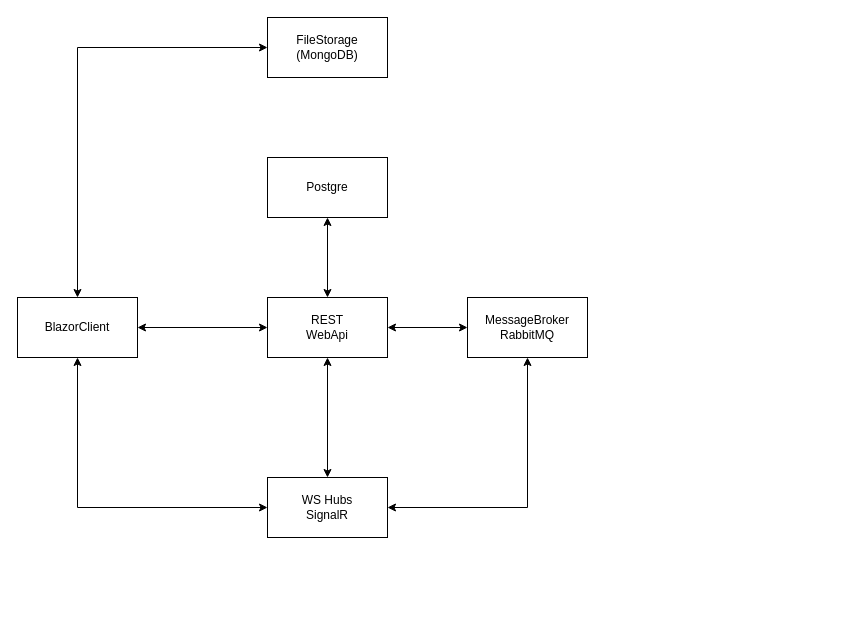
This is docs/Схема сущностей БД/Структура проекта.drawio from kirill-karpin/meet4you, a draw.io file, before an edit. Source tidied: cells renumbered, new cells numbered last; positions are measured from the earlier drawing's top-left corner, leaving out a move shared by most shapes. Both pictures are drawn from the tidied source at 100%, with x=0, y=0 at pixel (17, 17).
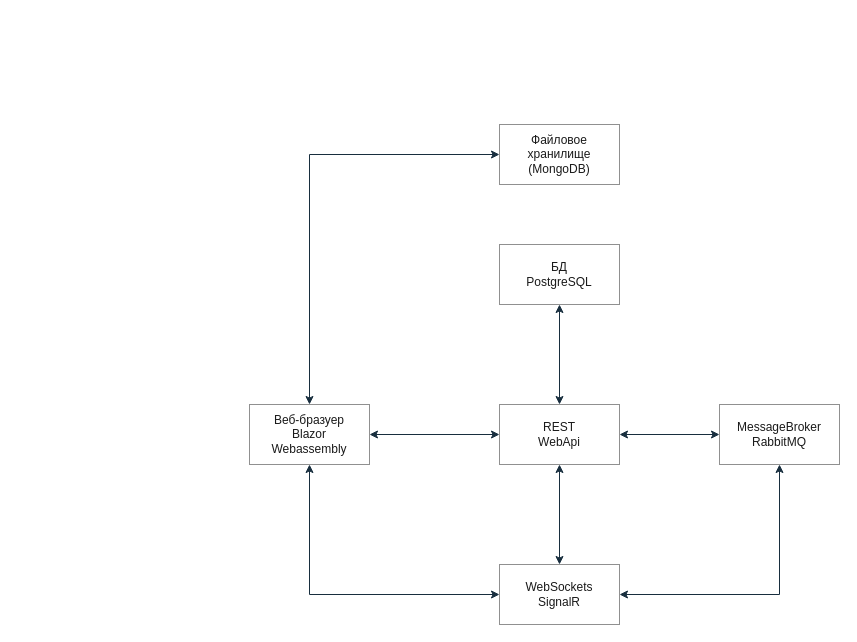
After the change.

Diff of the diagram source:
```diff
@@
-<mxGraphModel>
+<mxGraphModel background="#FFFFFF">
   <root>
     <mxCell id="0" />
     <mxCell id="1" parent="0" />
-    <mxCell id="2" value="Postgre" style="rounded=0;whiteSpace=wrap;html=1;" parent="1" vertex="1">
-      <mxGeometry x="250" y="140" width="120" height="60" as="geometry" />
+    <mxCell id="2" value="БД&lt;br&gt;PostgreSQL" style="rounded=0;whiteSpace=wrap;html=1;fillColor=#FFFFFF;strokeColor=#909090;fontColor=#1A1A1A;" parent="1" vertex="1">
+      <mxGeometry x="482" y="227" width="120" height="60" as="geometry" />
     </mxCell>
-    <mxCell id="3" value="FileStorage (MongoDB)" style="rounded=0;whiteSpace=wrap;html=1;" parent="1" vertex="1">
-      <mxGeometry x="250" width="120" height="60" as="geometry" />
+    <mxCell id="3" value="Файловое хранилище&lt;br&gt;(MongoDB)" style="rounded=0;whiteSpace=wrap;html=1;fillColor=#FFFFFF;strokeColor=#909090;fontColor=#1A1A1A;" parent="1" vertex="1">
+      <mxGeometry x="482" y="107" width="120" height="60" as="geometry" />
     </mxCell>
-    <mxCell id="4" value="REST&lt;br&gt;WebApi" style="rounded=0;whiteSpace=wrap;html=1;" parent="1" vertex="1">
-      <mxGeometry x="250" y="280" width="120" height="60" as="geometry" />
+    <mxCell id="4" value="REST&lt;br&gt;WebApi" style="rounded=0;whiteSpace=wrap;html=1;fillColor=#FFFFFF;strokeColor=#909090;fontColor=#1A1A1A;" parent="1" vertex="1">
+      <mxGeometry x="482" y="387" width="120" height="60" as="geometry" />
     </mxCell>
-    <mxCell id="5" value="WS Hubs&lt;br&gt;SignalR" style="rounded=0;whiteSpace=wrap;html=1;" parent="1" vertex="1">
-      <mxGeometry x="250" y="460" width="120" height="60" as="geometry" />
+    <mxCell id="5" value="WebSockets&lt;br&gt;SignalR" style="rounded=0;whiteSpace=wrap;html=1;fillColor=#FFFFFF;strokeColor=#909090;fontColor=#1A1A1A;" parent="1" vertex="1">
+      <mxGeometry x="482" y="547" width="120" height="60" as="geometry" />
     </mxCell>
-    <mxCell id="6" value="BlazorClient" style="rounded=0;whiteSpace=wrap;html=1;" parent="1" vertex="1">
-      <mxGeometry y="280" width="120" height="60" as="geometry" />
+    <mxCell id="6" value="Веб-бразуер&lt;br&gt;Blazor&lt;br&gt;Webassembly" style="rounded=0;whiteSpace=wrap;html=1;fillColor=#FFFFFF;strokeColor=#909090;fontColor=#1A1A1A;" parent="1" vertex="1">
+      <mxGeometry x="232" y="387" width="120" height="60" as="geometry" />
     </mxCell>
-    <mxCell id="7" value="MessageBroker&lt;br&gt;RabbitMQ" style="rounded=0;whiteSpace=wrap;html=1;" parent="1" vertex="1">
-      <mxGeometry x="450" y="280" width="120" height="60" as="geometry" />
+    <mxCell id="7" value="MessageBroker&lt;br&gt;RabbitMQ" style="rounded=0;whiteSpace=wrap;html=1;fillColor=#FFFFFF;strokeColor=#909090;fontColor=#1A1A1A;" parent="1" vertex="1">
+      <mxGeometry x="702" y="387" width="120" height="60" as="geometry" />
     </mxCell>
-    <mxCell id="8" style="endArrow=classic;startArrow=classic;html=1;rounded=0;entryX=0.5;entryY=1;entryDx=0;entryDy=0;exitX=0.5;exitY=0;exitDx=0;exitDy=0;edgeStyle=orthogonalEdgeStyle;" parent="1" edge="1" source="5" target="4">
+    <mxCell id="8" style="endArrow=classic;startArrow=classic;html=1;rounded=0;entryX=0.5;entryY=1;entryDx=0;entryDy=0;exitX=0.5;exitY=0;exitDx=0;exitDy=0;edgeStyle=orthogonalEdgeStyle;labelBackgroundColor=#EEEEEE;strokeColor=#182E3E;fontColor=#1A1A1A;" parent="1" edge="1" source="5" target="4">
       <mxGeometry relative="1" as="geometry" />
     </mxCell>
-    <mxCell id="9" style="endArrow=classic;startArrow=classic;html=1;rounded=0;entryX=0.5;entryY=1;entryDx=0;entryDy=0;exitX=1;exitY=0.5;exitDx=0;exitDy=0;edgeStyle=orthogonalEdgeStyle;" parent="1" edge="1" source="5" target="7">
+    <mxCell id="9" style="endArrow=classic;startArrow=classic;html=1;rounded=0;entryX=0.5;entryY=1;entryDx=0;entryDy=0;exitX=1;exitY=0.5;exitDx=0;exitDy=0;edgeStyle=orthogonalEdgeStyle;labelBackgroundColor=#EEEEEE;strokeColor=#182E3E;fontColor=#1A1A1A;" parent="1" edge="1" source="5" target="7">
       <mxGeometry relative="1" as="geometry" />
     </mxCell>
-    <mxCell id="10" style="endArrow=classic;startArrow=classic;html=1;rounded=0;entryX=1;entryY=0.5;entryDx=0;entryDy=0;exitX=0;exitY=0.5;exitDx=0;exitDy=0;" parent="1" edge="1" source="4" target="6">
+    <mxCell id="10" style="endArrow=classic;startArrow=classic;html=1;rounded=0;entryX=1;entryY=0.5;entryDx=0;entryDy=0;exitX=0;exitY=0.5;exitDx=0;exitDy=0;labelBackgroundColor=#EEEEEE;strokeColor=#182E3E;fontColor=#1A1A1A;" parent="1" edge="1" source="4" target="6">
       <mxGeometry relative="1" as="geometry" />
     </mxCell>
-    <mxCell id="11" style="endArrow=classic;startArrow=classic;html=1;rounded=0;exitX=1;exitY=0.5;exitDx=0;exitDy=0;entryX=0;entryY=0.5;entryDx=0;entryDy=0;edgeStyle=orthogonalEdgeStyle;" parent="1" edge="1" source="4" target="7">
+    <mxCell id="11" style="endArrow=classic;startArrow=classic;html=1;rounded=0;exitX=1;exitY=0.5;exitDx=0;exitDy=0;entryX=0;entryY=0.5;entryDx=0;entryDy=0;edgeStyle=orthogonalEdgeStyle;labelBackgroundColor=#EEEEEE;strokeColor=#182E3E;fontColor=#1A1A1A;" parent="1" edge="1" source="4" target="7">
       <mxGeometry relative="1" as="geometry" />
     </mxCell>
-    <mxCell id="12" style="endArrow=classic;startArrow=classic;html=1;rounded=0;entryX=0.5;entryY=1;entryDx=0;entryDy=0;edgeStyle=orthogonalEdgeStyle;" parent="1" edge="1" source="4" target="2">
+    <mxCell id="12" style="endArrow=classic;startArrow=classic;html=1;rounded=0;entryX=0.5;entryY=1;entryDx=0;entryDy=0;edgeStyle=orthogonalEdgeStyle;labelBackgroundColor=#EEEEEE;strokeColor=#182E3E;fontColor=#1A1A1A;" parent="1" edge="1" source="4" target="2">
       <mxGeometry relative="1" as="geometry" />
     </mxCell>
-    <mxCell id="13" style="endArrow=classic;startArrow=classic;html=1;rounded=0;entryX=0.5;entryY=1;entryDx=0;entryDy=0;exitX=0;exitY=0.5;exitDx=0;exitDy=0;edgeStyle=orthogonalEdgeStyle;" parent="1" edge="1" source="5" target="6">
+    <mxCell id="13" style="endArrow=classic;startArrow=classic;html=1;rounded=0;entryX=0.5;entryY=1;entryDx=0;entryDy=0;exitX=0;exitY=0.5;exitDx=0;exitDy=0;edgeStyle=orthogonalEdgeStyle;labelBackgroundColor=#EEEEEE;strokeColor=#182E3E;fontColor=#1A1A1A;" parent="1" edge="1" source="5" target="6">
       <mxGeometry relative="1" as="geometry" />
     </mxCell>
-    <mxCell id="14" style="endArrow=classic;startArrow=classic;html=1;rounded=0;entryX=0;entryY=0.5;entryDx=0;entryDy=0;exitX=0.5;exitY=0;exitDx=0;exitDy=0;edgeStyle=orthogonalEdgeStyle;" parent="1" edge="1" source="6" target="3">
+    <mxCell id="14" style="endArrow=classic;startArrow=classic;html=1;rounded=0;entryX=0;entryY=0.5;entryDx=0;entryDy=0;exitX=0.5;exitY=0;exitDx=0;exitDy=0;edgeStyle=orthogonalEdgeStyle;labelBackgroundColor=#EEEEEE;strokeColor=#182E3E;fontColor=#1A1A1A;" parent="1" edge="1" source="6" target="3">
       <mxGeometry relative="1" as="geometry" />
     </mxCell>
   </root>
 </mxGraphModel>
```
